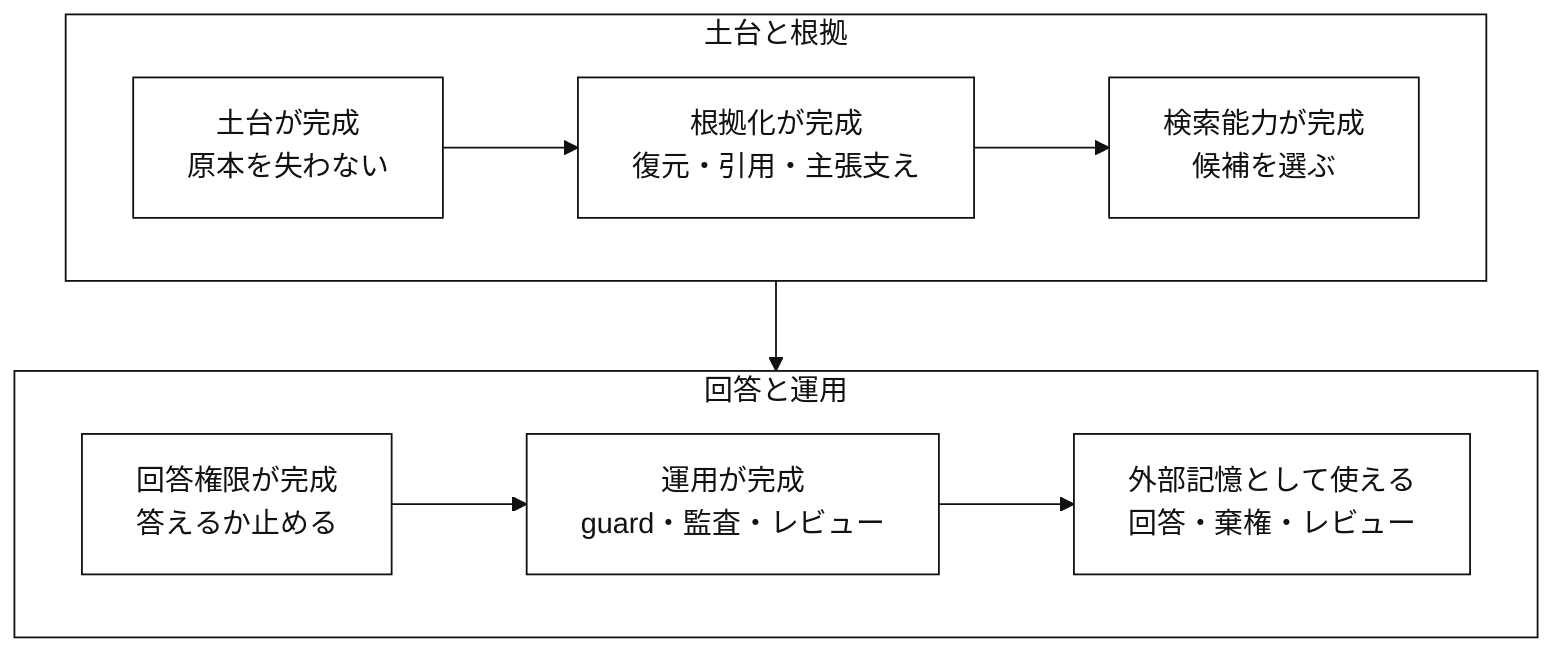
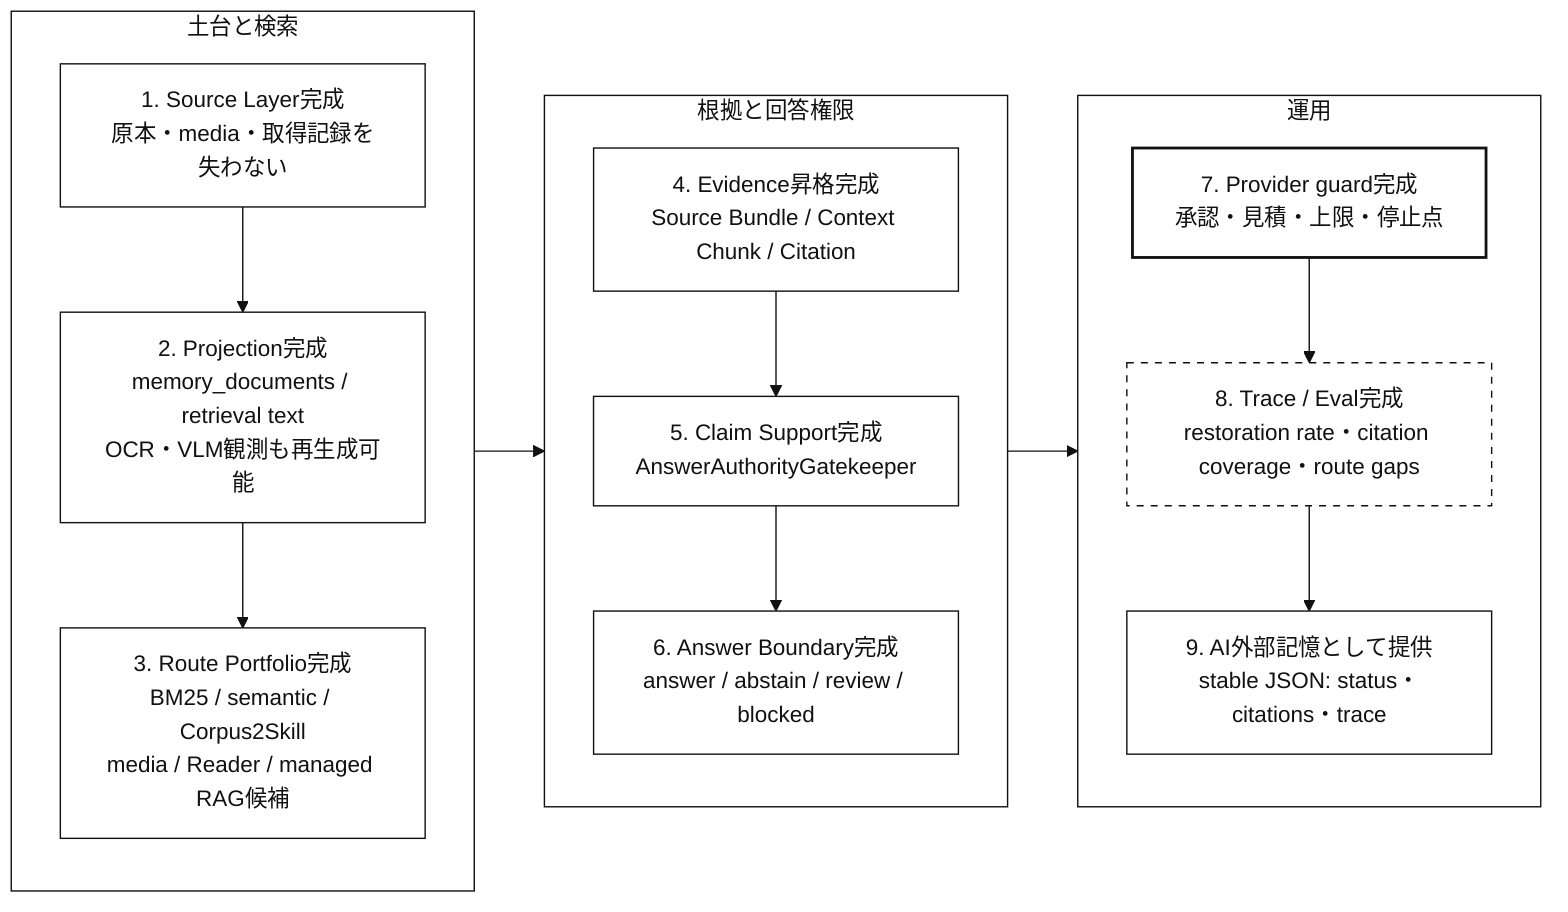
%%{init: {"theme":"base","themeVariables":{"background":"#ffffff","primaryColor":"#ffffff","primaryBorderColor":"#111111","primaryTextColor":"#111111","secondaryColor":"#ffffff","secondaryBorderColor":"#111111","secondaryTextColor":"#111111","tertiaryColor":"#ffffff","tertiaryBorderColor":"#111111","tertiaryTextColor":"#111111","lineColor":"#111111","textColor":"#111111","mainBkg":"#ffffff","secondBkg":"#ffffff","actorBkg":"#ffffff","actorBorder":"#111111","actorTextColor":"#111111","activationBkgColor":"#ffffff","activationBorderColor":"#111111","noteBkgColor":"#ffffff","noteBorderColor":"#111111","labelBoxBkgColor":"#ffffff","labelBoxBorderColor":"#111111","signalColor":"#111111","signalTextColor":"#111111","loopTextColor":"#111111"}}}%%
- flowchart TB
-   %% 完成形のWBS / ロードマップ図: 完了時に何が成熟しているかを見る
+ flowchart LR
+   %% 完成形のWBS / ロードマップ図: 完了時に全層がどう成熟しているかを見る

  classDef main fill:#ffffff,stroke:#111111,color:#111111
+   classDef gate fill:#ffffff,stroke:#111111,color:#111111,stroke-width:2px
+   classDef side fill:#ffffff,stroke:#111111,color:#111111,stroke-dasharray: 5 5

-   foundation["土台が完成<br/>原本を失わない"]:::main
-   evidence["根拠化が完成<br/>復元・引用・主張支え"]:::main
-   retrieval["検索能力が完成<br/>候補を選ぶ"]:::main
-   authority["回答権限が完成<br/>答えるか止める"]:::main
-   operation["運用が完成<br/>guard・監査・レビュー"]:::main
-   memory["外部記憶として使える<br/>回答・棄権・レビュー"]:::main
- 
-   subgraph row1["土台と根拠"]
-     direction LR
-     foundation --> evidence --> retrieval
+   subgraph foundation["土台と検索"]
+     direction TB
+     source["1. Source Layer完成<br/>原本・media・取得記録を失わない"]:::main
+     projection["2. Projection完成<br/>memory_documents / retrieval text<br/>OCR・VLM観測も再生成可能"]:::main
+     retrieval["3. Route Portfolio完成<br/>BM25 / semantic / Corpus2Skill<br/>media / Reader / managed RAG候補"]:::main
  end

-   subgraph row2["回答と運用"]
-     direction LR
-     authority --> operation --> memory
+   subgraph authority["根拠と回答権限"]
+     direction TB
+     evidence["4. Evidence昇格完成<br/>Source Bundle / Context Chunk / Citation"]:::main
+     support["5. Claim Support完成<br/>AnswerAuthorityGatekeeper"]:::main
+     boundary["6. Answer Boundary完成<br/>answer / abstain / review / blocked"]:::main
  end

-   retrieval --> authority
+   subgraph operation["運用"]
+     direction TB
+     guard["7. Provider guard完成<br/>承認・見積・上限・停止点"]:::gate
+     trace["8. Trace / Eval完成<br/>restoration rate・citation coverage・route gaps"]:::side
+     tool["9. AI外部記憶として提供<br/>stable JSON: status・citations・trace"]:::main
+   end
+ 
+   source --> projection --> retrieval
+   evidence --> support --> boundary
+   guard --> trace --> tool
+   foundation --> authority --> operation
